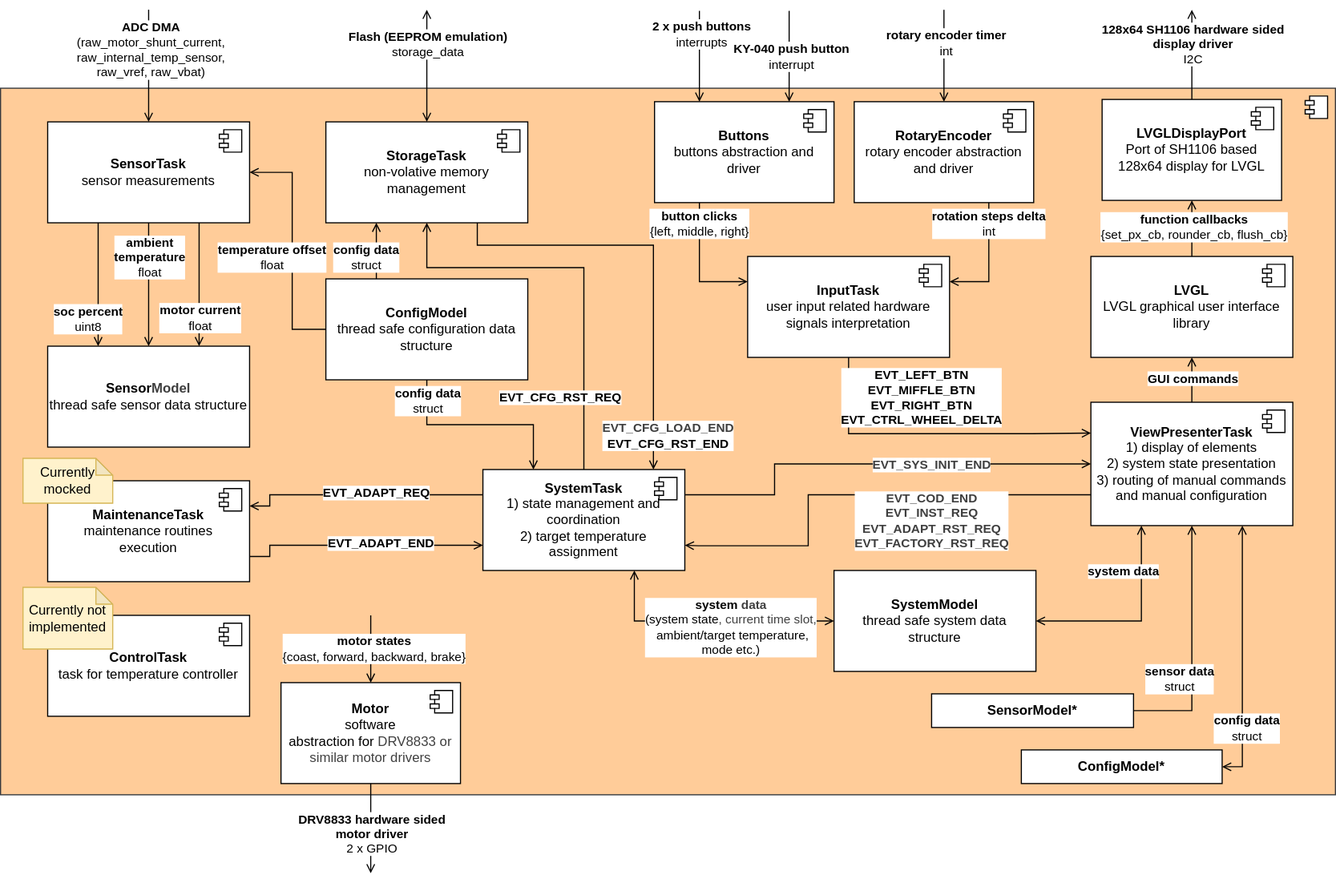
The draw.io diagram software/diagrams/mt-rt-sw-architecture.svg in MiraTherm/miratherm-radiator-thermostat-documentation, before a commit. Source tidied: cells renumbered, new cells last; positions are measured from the earlier drawing's top-left corner, leaving out a move shared by most shapes.
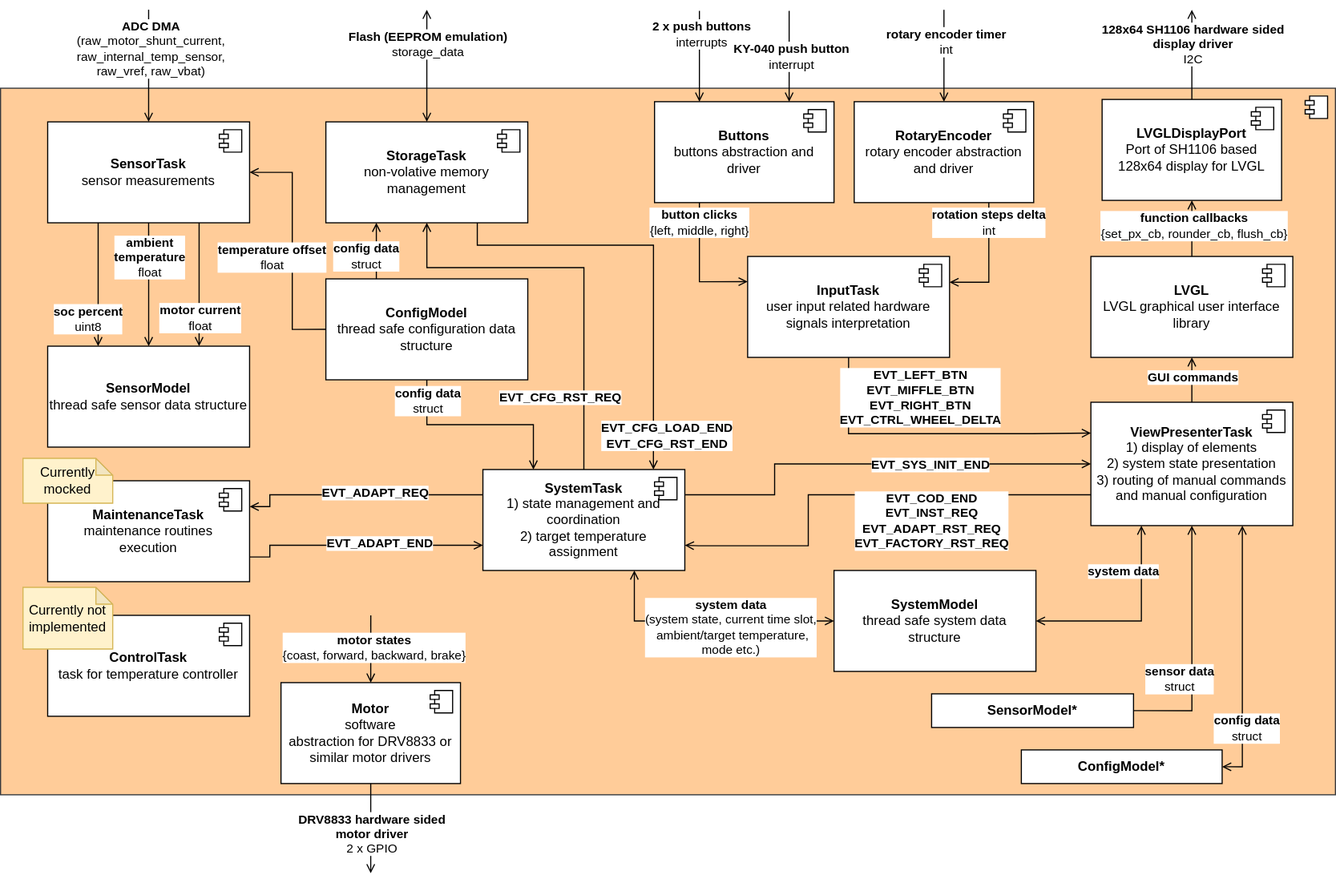
After the commit.

Commit message:
:art: Unify diagram colors

Diff of the diagram source:
```diff
@@ -34,7 +34,7 @@
         <mxPoint x="-27" y="7" as="offset" />
       </mxGeometry>
     </mxCell>
-    <mxCell id="10" value="&lt;b&gt;MaintenanceTask&lt;/b&gt;&lt;br&gt;maintenance routines &lt;br&gt;execution" style="html=1;whiteSpace=wrap;" parent="1" vertex="1">
+    <mxCell id="10" value="&lt;b&gt;MaintenanceTask&lt;/b&gt;&lt;br&gt;maintenance routines &lt;br&gt;execution" style="html=1;whiteSpace=wrap;fontColor=default;" parent="1" vertex="1">
       <mxGeometry x="42" y="420" width="180" height="90" as="geometry" />
     </mxCell>
     <mxCell id="11" style="shape=module;jettyWidth=8;jettyHeight=4;fontColor=default;" parent="10" vertex="1">
@@ -176,12 +176,12 @@
         <mxPoint x="132" as="sourcePoint" />
       </mxGeometry>
     </mxCell>
-    <mxCell id="43" value="&lt;b&gt;ADC DMA&lt;br&gt;&lt;/b&gt;(raw_motor_shunt_current,&lt;br&gt;raw_internal_temp_sensor, &lt;br&gt;&lt;span style=&quot;color: rgb(0, 0, 0);&quot;&gt;raw_vref,&amp;nbsp;&lt;/span&gt;raw_vbat)" style="edgeLabel;html=1;align=center;verticalAlign=middle;fontColor=default;" parent="42" vertex="1">
+    <mxCell id="43" value="&lt;b&gt;ADC DMA&lt;br&gt;&lt;/b&gt;(raw_motor_shunt_current,&lt;br&gt;raw_internal_temp_sensor, &lt;br&gt;&lt;span style=&quot;&quot;&gt;raw_vref,&amp;nbsp;&lt;/span&gt;raw_vbat)" style="edgeLabel;html=1;align=center;verticalAlign=middle;fontColor=default;" parent="42" vertex="1">
       <mxGeometry x="-0.3" relative="1" as="geometry">
         <mxPoint x="1" as="offset" />
       </mxGeometry>
     </mxCell>
-    <mxCell id="44" value="&lt;b style=&quot;scrollbar-color: rgb(226, 226, 226) rgb(251, 251, 251);&quot;&gt;Motor&lt;/b&gt;&lt;br style=&quot;scrollbar-color: rgb(226, 226, 226) rgb(251, 251, 251);&quot;&gt;&lt;div style=&quot;scrollbar-color: rgb(226, 226, 226) rgb(251, 251, 251);&quot;&gt;&lt;span style=&quot;background-color: transparent;&quot;&gt;software abstraction&lt;/span&gt;&amp;nbsp;for&amp;nbsp;&lt;span style=&quot;color: rgb(63, 63, 63); background-color: transparent;&quot;&gt;DRV8833 or similar&amp;nbsp;&lt;/span&gt;&lt;span style=&quot;color: rgb(63, 63, 63); background-color: transparent;&quot;&gt;motor drivers&lt;/span&gt;&lt;/div&gt;" style="html=1;whiteSpace=wrap;fontColor=default;" parent="1" vertex="1">
+    <mxCell id="44" value="&lt;b style=&quot;scrollbar-color: rgb(226, 226, 226) rgb(251, 251, 251);&quot;&gt;Motor&lt;/b&gt;&lt;br style=&quot;scrollbar-color: rgb(226, 226, 226) rgb(251, 251, 251);&quot;&gt;&lt;div style=&quot;scrollbar-color: rgb(226, 226, 226) rgb(251, 251, 251);&quot;&gt;&lt;span style=&quot;background-color: transparent;&quot;&gt;software abstraction&lt;/span&gt;&amp;nbsp;for&amp;nbsp;&lt;span style=&quot;background-color: transparent;&quot;&gt;DRV8833 or similar&amp;nbsp;&lt;/span&gt;&lt;span style=&quot;background-color: transparent;&quot;&gt;motor drivers&lt;/span&gt;&lt;/div&gt;" style="html=1;whiteSpace=wrap;fontColor=default;" parent="1" vertex="1">
       <mxGeometry x="250" y="600" width="160" height="90" as="geometry" />
     </mxCell>
     <mxCell id="45" style="shape=module;jettyWidth=8;jettyHeight=4;fontColor=default;" parent="44" vertex="1">
@@ -301,7 +301,7 @@
     <mxCell id="66" style="endArrow=open;html=1;rounded=0;entryX=0;entryY=0.5;entryDx=0;entryDy=0;endFill=0;exitX=0.75;exitY=1;exitDx=0;exitDy=0;edgeStyle=orthogonalEdgeStyle;startArrow=open;startFill=0;fontColor=default;" parent="1" edge="1" source="4" target="63">
       <mxGeometry relative="1" as="geometry" />
     </mxCell>
-    <mxCell id="67" value="&lt;b&gt;system&amp;nbsp;&lt;/b&gt;&lt;b style=&quot;color: rgb(63, 63, 63); scrollbar-color: rgb(226, 226, 226) rgb(251, 251, 251);&quot;&gt;data&lt;/b&gt;&lt;br&gt;&lt;div&gt;(system state&lt;span style=&quot;color: rgb(63, 63, 63);&quot;&gt;, current time slot,&lt;br&gt;&lt;/span&gt;&amp;nbsp;ambient/target temperature,&lt;br&gt;mode etc.)&lt;/div&gt;" style="edgeLabel;html=1;align=center;verticalAlign=middle;fontColor=default;" parent="66" vertex="1">
+    <mxCell id="67" value="&lt;b&gt;system&amp;nbsp;&lt;/b&gt;&lt;b style=&quot;scrollbar-color: rgb(226, 226, 226) rgb(251, 251, 251);&quot;&gt;data&lt;/b&gt;&lt;br&gt;&lt;div&gt;(system state&lt;span style=&quot;&quot;&gt;, current time slot,&lt;br&gt;&lt;/span&gt;&amp;nbsp;ambient/target temperature,&lt;br&gt;mode etc.)&lt;/div&gt;" style="edgeLabel;html=1;align=center;verticalAlign=middle;fontColor=default;" parent="66" vertex="1">
       <mxGeometry x="-0.72" y="-1" relative="1" as="geometry">
         <mxPoint x="86" y="19" as="offset" />
       </mxGeometry>
@@ -328,12 +328,12 @@
         </Array>
       </mxGeometry>
     </mxCell>
-    <mxCell id="71" value="&lt;b style=&quot;color: rgb(63, 63, 63); scrollbar-color: rgb(226, 226, 226) rgb(251, 251, 251);&quot;&gt;EVT_CFG_LOAD_END&lt;/b&gt;&lt;b&gt;&lt;br&gt;EVT_CFG_RST_END&lt;/b&gt;" style="edgeLabel;html=1;align=center;verticalAlign=middle;fontColor=default;" parent="70" vertex="1">
+    <mxCell id="71" value="&lt;b style=&quot;scrollbar-color: rgb(226, 226, 226) rgb(251, 251, 251);&quot;&gt;EVT_CFG_LOAD_END&lt;/b&gt;&lt;b&gt;&lt;br&gt;EVT_CFG_RST_END&lt;/b&gt;" style="edgeLabel;html=1;align=center;verticalAlign=middle;fontColor=default;" parent="70" vertex="1">
       <mxGeometry x="-0.72" y="-1" relative="1" as="geometry">
         <mxPoint x="136" y="168" as="offset" />
       </mxGeometry>
     </mxCell>
-    <mxCell id="72" value="&lt;b&gt;Sensor&lt;/b&gt;&lt;b style=&quot;color: rgb(63, 63, 63); scrollbar-color: rgb(226, 226, 226) rgb(251, 251, 251);&quot;&gt;Model&lt;/b&gt;&lt;b&gt;&lt;br&gt;&lt;/b&gt;thread safe sensor data structure" style="html=1;whiteSpace=wrap;" parent="1" vertex="1">
+    <mxCell id="72" value="&lt;b&gt;Sensor&lt;/b&gt;&lt;b style=&quot;scrollbar-color: rgb(226, 226, 226) rgb(251, 251, 251);&quot;&gt;Model&lt;/b&gt;&lt;b&gt;&lt;br&gt;&lt;/b&gt;thread safe sensor data structure" style="html=1;whiteSpace=wrap;fontColor=default;" parent="1" vertex="1">
       <mxGeometry x="42" y="300" width="180" height="90" as="geometry" />
     </mxCell>
     <mxCell id="73" style="endArrow=open;html=1;rounded=0;entryX=0.25;entryY=0;entryDx=0;entryDy=0;endFill=0;exitX=0.25;exitY=1;exitDx=0;exitDy=0;edgeStyle=orthogonalEdgeStyle;fontColor=default;" parent="1" edge="1" source="14" target="72">
@@ -369,7 +369,7 @@
         <mxPoint y="46" as="offset" />
       </mxGeometry>
     </mxCell>
-    <mxCell id="79" value="&lt;b&gt;SensorModel*&lt;/b&gt;" style="html=1;whiteSpace=wrap;" parent="1" vertex="1">
+    <mxCell id="79" value="&lt;b&gt;SensorModel*&lt;/b&gt;" style="html=1;whiteSpace=wrap;fontColor=default;" parent="1" vertex="1">
       <mxGeometry x="830" y="610" width="180" height="30" as="geometry" />
     </mxCell>
     <mxCell id="80" value="&lt;b&gt;ConfigModel*&lt;/b&gt;" style="html=1;whiteSpace=wrap;fontColor=default;" parent="1" vertex="1">
@@ -384,7 +384,7 @@
         </Array>
       </mxGeometry>
     </mxCell>
-    <mxCell id="82" value="&lt;span style=&quot;color: rgb(63, 63, 63); scrollbar-color: rgb(226, 226, 226) rgb(251, 251, 251);&quot;&gt;&lt;b style=&quot;color: rgb(63, 63, 63); scrollbar-color: rgb(226, 226, 226) rgb(251, 251, 251);&quot;&gt;EVT_COD_END&lt;br style=&quot;color: rgb(63, 63, 63); scrollbar-color: rgb(226, 226, 226) rgb(251, 251, 251);&quot;&gt;EVT_INST_REQ&lt;/b&gt;&lt;b style=&quot;color: rgb(63, 63, 63); scrollbar-color: rgb(226, 226, 226) rgb(251, 251, 251);&quot;&gt;&lt;br style=&quot;color: rgb(63, 63, 63); scrollbar-color: rgb(226, 226, 226) rgb(251, 251, 251);&quot;&gt;EVT_ADAPT_RST_REQ&lt;/b&gt;&lt;b style=&quot;color: rgb(63, 63, 63); scrollbar-color: rgb(226, 226, 226) rgb(251, 251, 251);&quot;&gt;&lt;br style=&quot;color: rgb(63, 63, 63); scrollbar-color: rgb(226, 226, 226) rgb(251, 251, 251);&quot;&gt;&lt;/b&gt;&lt;/span&gt;&lt;b style=&quot;color: rgb(63, 63, 63); scrollbar-color: rgb(226, 226, 226) rgb(251, 251, 251);&quot;&gt;EVT_FACTORY_RST_REQ&lt;/b&gt;" style="edgeLabel;html=1;align=center;verticalAlign=middle;fontColor=default;" parent="81" vertex="1">
+    <mxCell id="82" value="&lt;span style=&quot;scrollbar-color: rgb(226, 226, 226) rgb(251, 251, 251);&quot;&gt;&lt;b style=&quot;scrollbar-color: rgb(226, 226, 226) rgb(251, 251, 251);&quot;&gt;EVT_COD_END&lt;br style=&quot;scrollbar-color: rgb(226, 226, 226) rgb(251, 251, 251);&quot;&gt;EVT_INST_REQ&lt;/b&gt;&lt;b style=&quot;scrollbar-color: rgb(226, 226, 226) rgb(251, 251, 251);&quot;&gt;&lt;br style=&quot;scrollbar-color: rgb(226, 226, 226) rgb(251, 251, 251);&quot;&gt;EVT_ADAPT_RST_REQ&lt;/b&gt;&lt;b style=&quot;scrollbar-color: rgb(226, 226, 226) rgb(251, 251, 251);&quot;&gt;&lt;br style=&quot;scrollbar-color: rgb(226, 226, 226) rgb(251, 251, 251);&quot;&gt;&lt;/b&gt;&lt;/span&gt;&lt;b style=&quot;scrollbar-color: rgb(226, 226, 226) rgb(251, 251, 251);&quot;&gt;EVT_FACTORY_RST_REQ&lt;/b&gt;" style="edgeLabel;html=1;align=center;verticalAlign=middle;fontColor=default;" parent="81" vertex="1">
       <mxGeometry x="-0.82" relative="1" as="geometry">
         <mxPoint x="-107" y="23" as="offset" />
       </mxGeometry>
@@ -397,7 +397,7 @@
         </Array>
       </mxGeometry>
     </mxCell>
-    <mxCell id="84" value="&lt;b style=&quot;color: rgb(63, 63, 63); scrollbar-color: rgb(226, 226, 226) rgb(251, 251, 251);&quot;&gt;EVT_SYS_INIT_END&lt;/b&gt;" style="edgeLabel;html=1;align=center;verticalAlign=middle;fontColor=default;" parent="83" vertex="1">
+    <mxCell id="84" value="&lt;b style=&quot;scrollbar-color: rgb(226, 226, 226) rgb(251, 251, 251);&quot;&gt;EVT_SYS_INIT_END&lt;/b&gt;" style="edgeLabel;html=1;align=center;verticalAlign=middle;fontColor=default;" parent="83" vertex="1">
       <mxGeometry x="-0.82" relative="1" as="geometry">
         <mxPoint x="-109" as="offset" />
       </mxGeometry>
@@ -431,10 +431,10 @@
         <mxPoint x="2" y="-7" as="offset" />
       </mxGeometry>
     </mxCell>
-    <mxCell id="91" value="Currently mocked" style="shape=note;whiteSpace=wrap;html=1;backgroundOutline=1;darkOpacity=0.05;size=15;fillColor=#fff2cc;strokeColor=#d6b656;" parent="1" vertex="1">
+    <mxCell id="91" value="Currently mocked" style="shape=note;whiteSpace=wrap;html=1;backgroundOutline=1;darkOpacity=0.05;size=15;fillColor=#fff2cc;strokeColor=#d6b656;fontColor=default;" parent="1" vertex="1">
       <mxGeometry x="20" y="400" width="80" height="40" as="geometry" />
     </mxCell>
-    <mxCell id="92" value="Currently not implemented" style="shape=note;whiteSpace=wrap;html=1;backgroundOutline=1;darkOpacity=0.05;size=15;fillColor=#fff2cc;strokeColor=#d6b656;" parent="1" vertex="1">
+    <mxCell id="92" value="Currently not implemented" style="shape=note;whiteSpace=wrap;html=1;backgroundOutline=1;darkOpacity=0.05;size=15;fillColor=#fff2cc;strokeColor=#d6b656;fontColor=default;" parent="1" vertex="1">
       <mxGeometry x="20" y="515" width="80" height="55" as="geometry" />
     </mxCell>
   </root>
```
